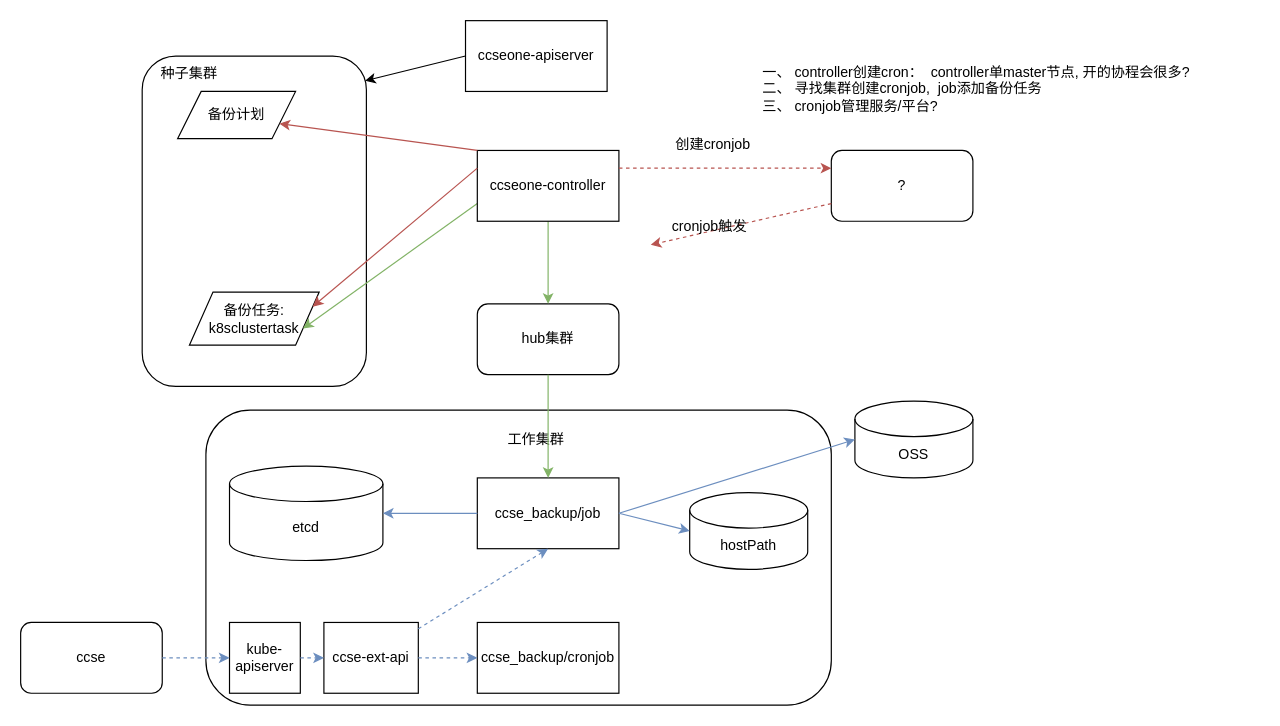
Before: page "第 1 页" (1 of 2) of drawio/ccseone迭代4.drawio in Tiny-VS-Lina/ccse, a draw.io diagram. Source tidied: cells renumbered, new cells numbered last; positions are measured from the earlier drawing's top-left corner, leaving out a move shared by most shapes. Both pictures are drawn from the tidied source at 118%, with x=0, y=0 at pixel (20, 20).
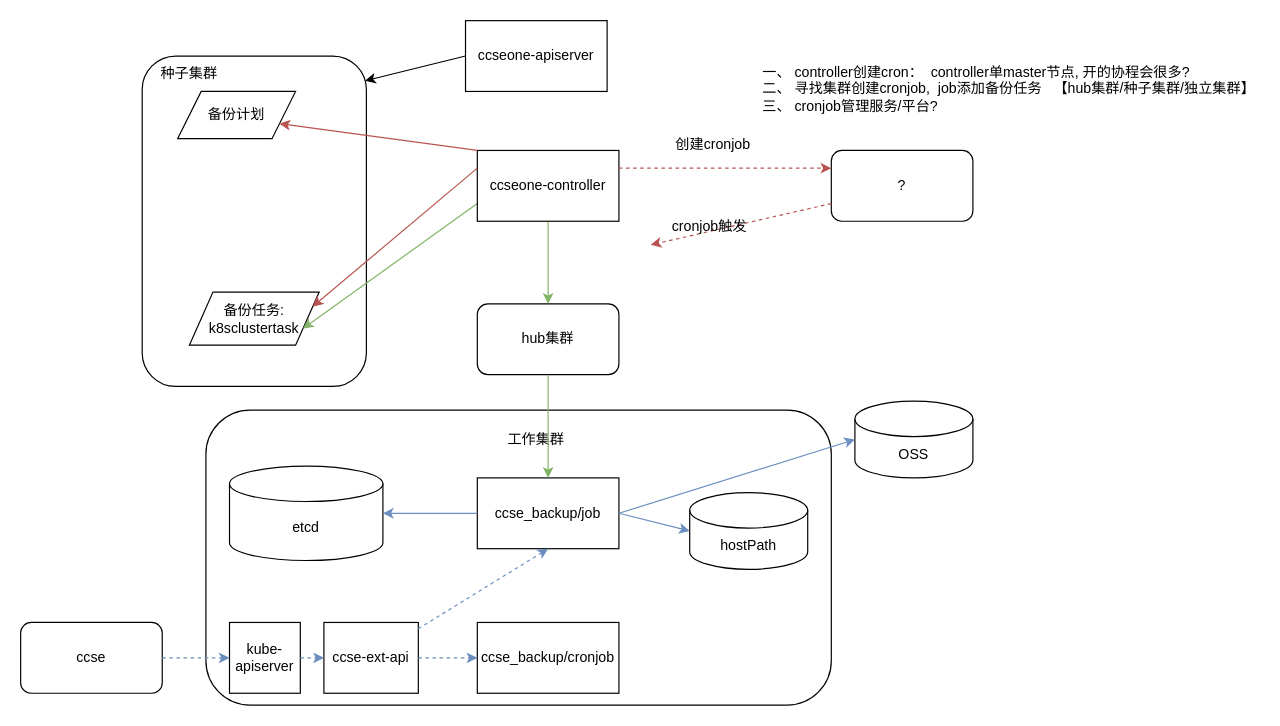
The same page after the edit.

Diff of the diagram source:
```diff
@@
-    <mxCell id="35" value="一、 controller创建cron：&amp;nbsp; controller单master节点,&amp;nbsp;开的协程会很多?&lt;br&gt;二、&amp;nbsp;寻找集群创建cronjob,&amp;nbsp; job添加备份任务&amp;nbsp;&amp;nbsp;&lt;br&gt;三、 cronjob管理服务/平台?" style="text;html=1;align=left;verticalAlign=top;whiteSpace=wrap;rounded=0;" parent="1" vertex="1">
-      <mxGeometry x="627" y="30" width="370" height="60" as="geometry" />
+    <mxCell id="35" value="一、 controller创建cron：&amp;nbsp; controller单master节点,&amp;nbsp;开的协程会很多?&lt;br&gt;二、&amp;nbsp;寻找集群创建cronjob,&amp;nbsp; job添加备份任务&amp;nbsp; &amp;nbsp;【hub集群/种子集群/独立集群】&lt;br&gt;三、 cronjob管理服务/平台?" style="text;html=1;align=left;verticalAlign=top;whiteSpace=wrap;rounded=0;" parent="1" vertex="1">
+      <mxGeometry x="627" y="30" width="423" height="60" as="geometry" />
     </mxCell>
```
